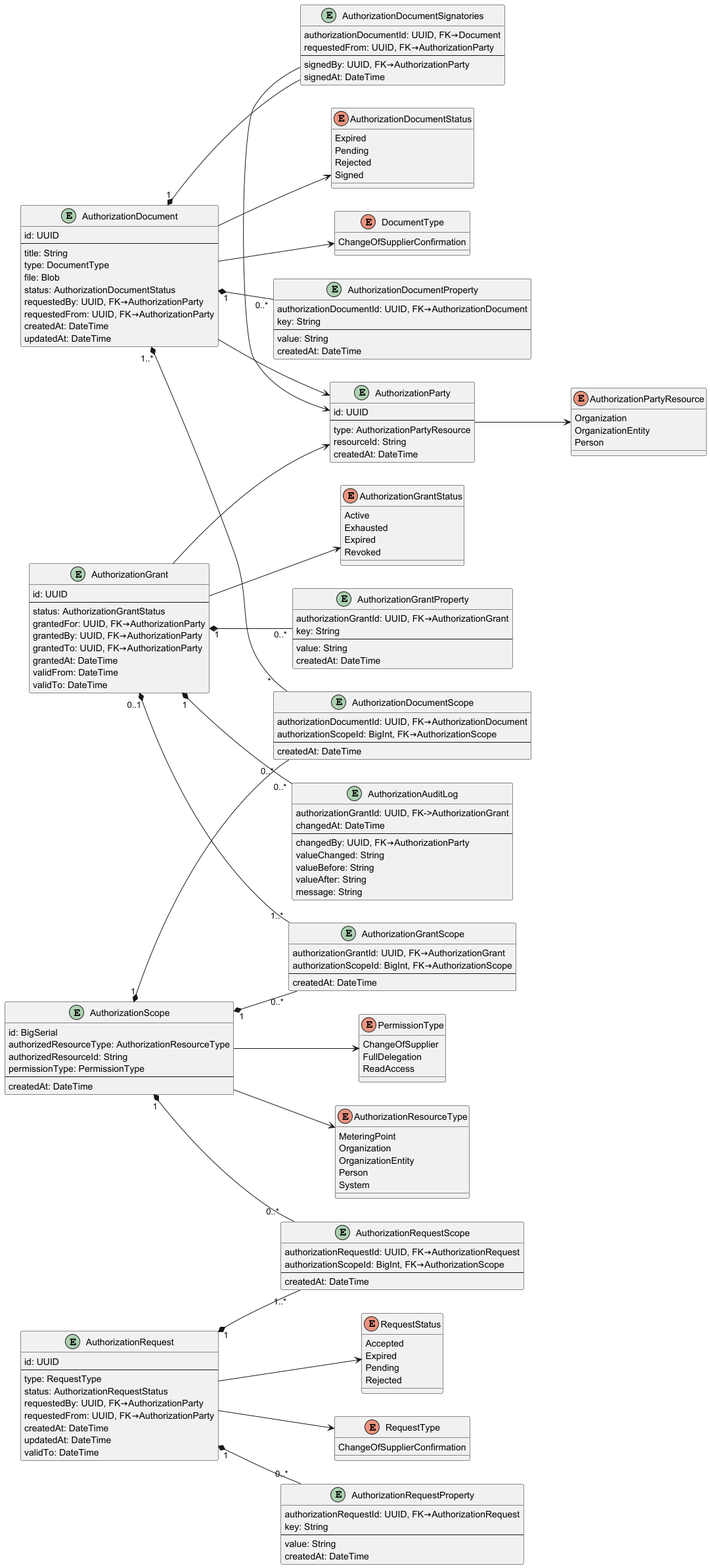
Above: docs/assets/datamodel.png in elhub/auth-grant-manager (PlantUML), before the change.
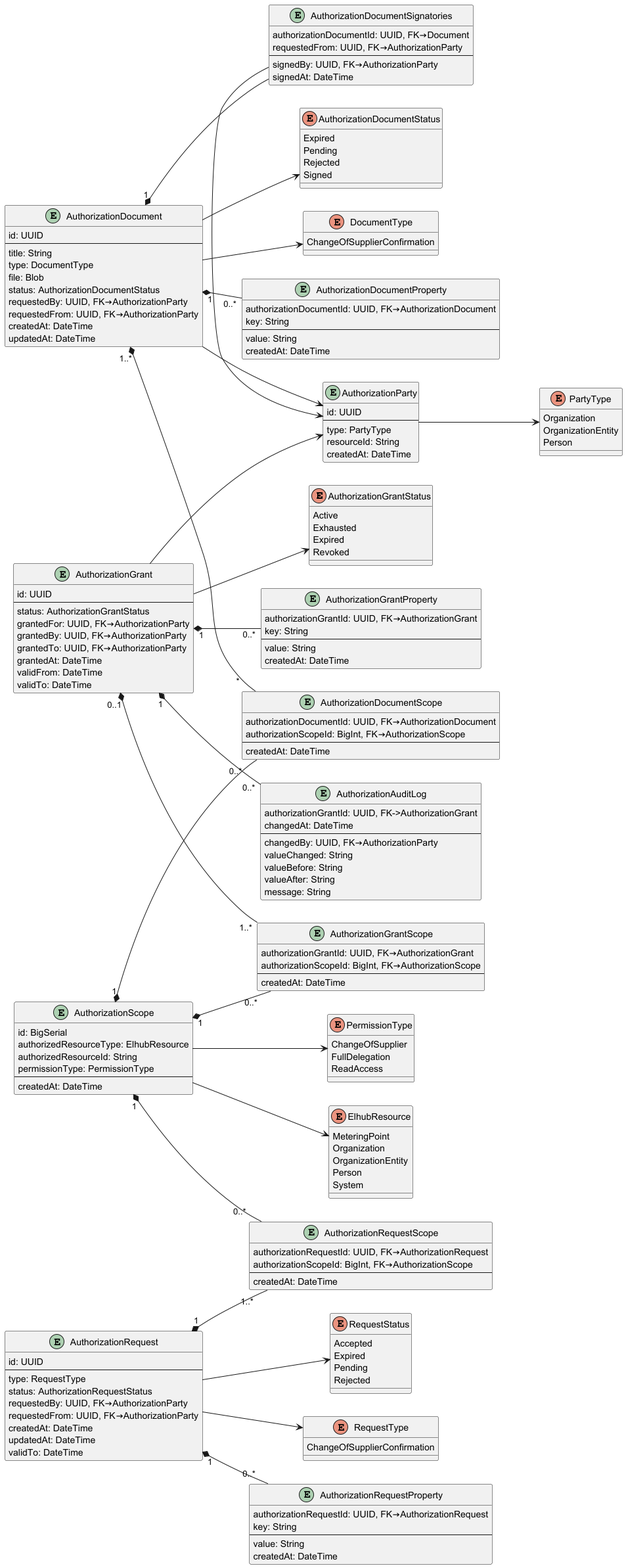
Later version of the same file.

Commit message:
Rename AuthorizationResourceType to ElhubResource in docs

Change to the diagram source:
```diff
@@ -29,7 +29,7 @@
   Rejected
 }
 
-enum AuthorizationResourceType {
+enum ElhubResource {
   MeteringPoint
   Organization
   OrganizationEntity
@@ -37,7 +37,7 @@
   System
 }
 
-enum AuthorizationPartyResource {
+enum PartyType {
   Organization
   OrganizationEntity
   Person
@@ -154,7 +154,7 @@
 
 entity AuthorizationScope {
   id: BigSerial
-  authorizedResourceType: AuthorizationResourceType
+  authorizedResourceType: ElhubResource
   authorizedResourceId: String
   permissionType: PermissionType
   --
@@ -164,7 +164,7 @@
 entity AuthorizationParty {
   id: UUID
   --
-  type: AuthorizationPartyResource
+  type: PartyType
   resourceId: String
   createdAt: DateTime
 }
@@ -174,7 +174,7 @@
 AuthorizationGrant "1" *-- "0..*" AuthorizationAuditLog
 AuthorizationGrant --> AuthorizationGrantStatus
 AuthorizationGrant --> AuthorizationParty
-AuthorizationScope --> AuthorizationResourceType
+AuthorizationScope --> ElhubResource
 AuthorizationScope --> PermissionType
 AuthorizationScope "1" *-- "0..*" AuthorizationGrantScope
 AuthorizationScope "1" *-- "0..*" AuthorizationRequestScope
@@ -190,6 +190,6 @@
 AuthorizationRequest "1" *-- "1..*" AuthorizationRequestScope
 AuthorizationRequest --> RequestType
 AuthorizationRequest --> RequestStatus
-AuthorizationParty --> AuthorizationPartyResource
+AuthorizationParty --> PartyType
 
 @enduml
```
